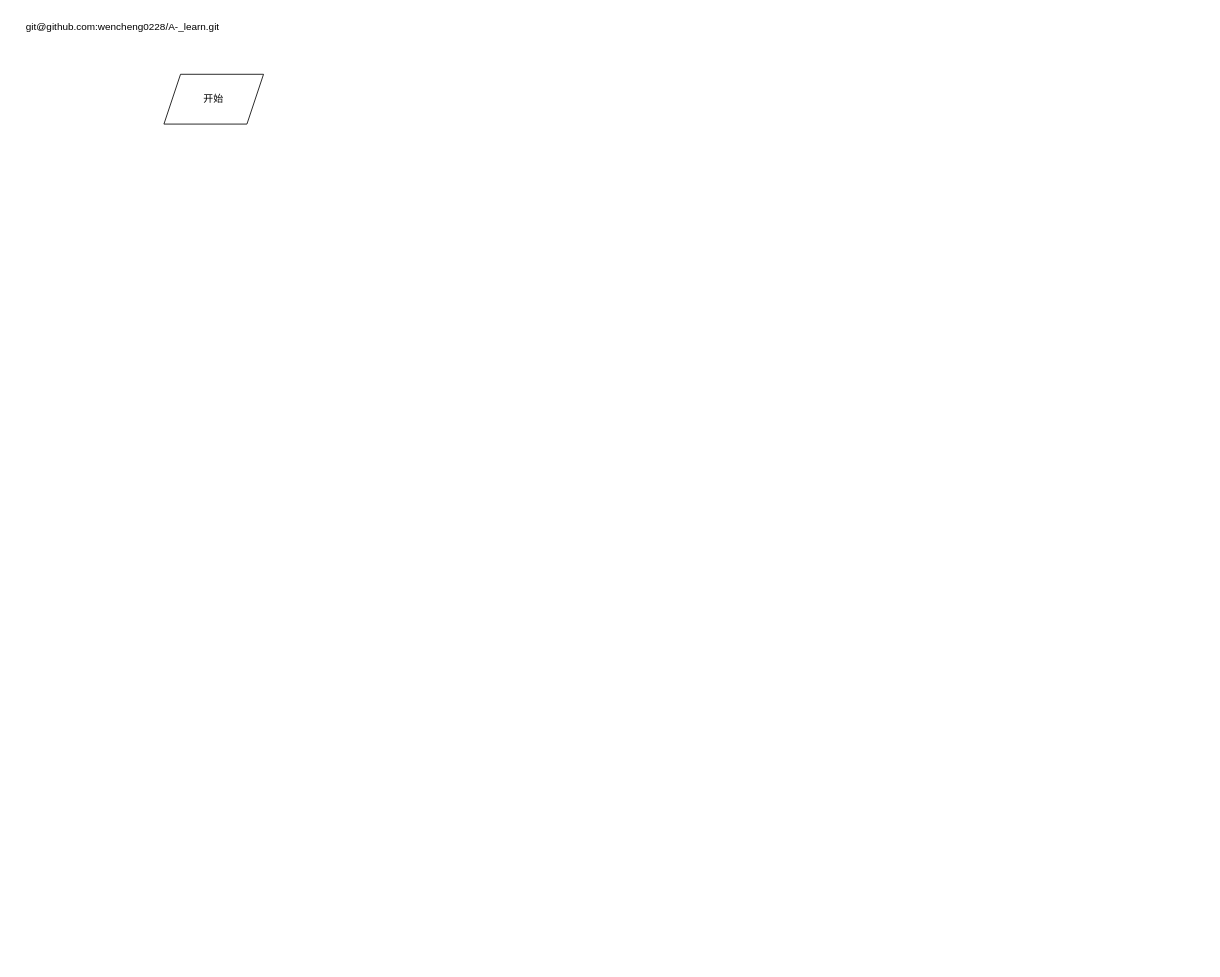
Earlier version of the draw.io diagram all/A*流程图.drawio (wencheng0228/iodraw-files). Source tidied: cells renumbered, new cells numbered last; positions are measured from the earlier drawing's top-left corner, leaving out a move shared by most shapes. Both pictures are drawn from the tidied source at 83%, with x=0, y=0 at pixel (14, 14).
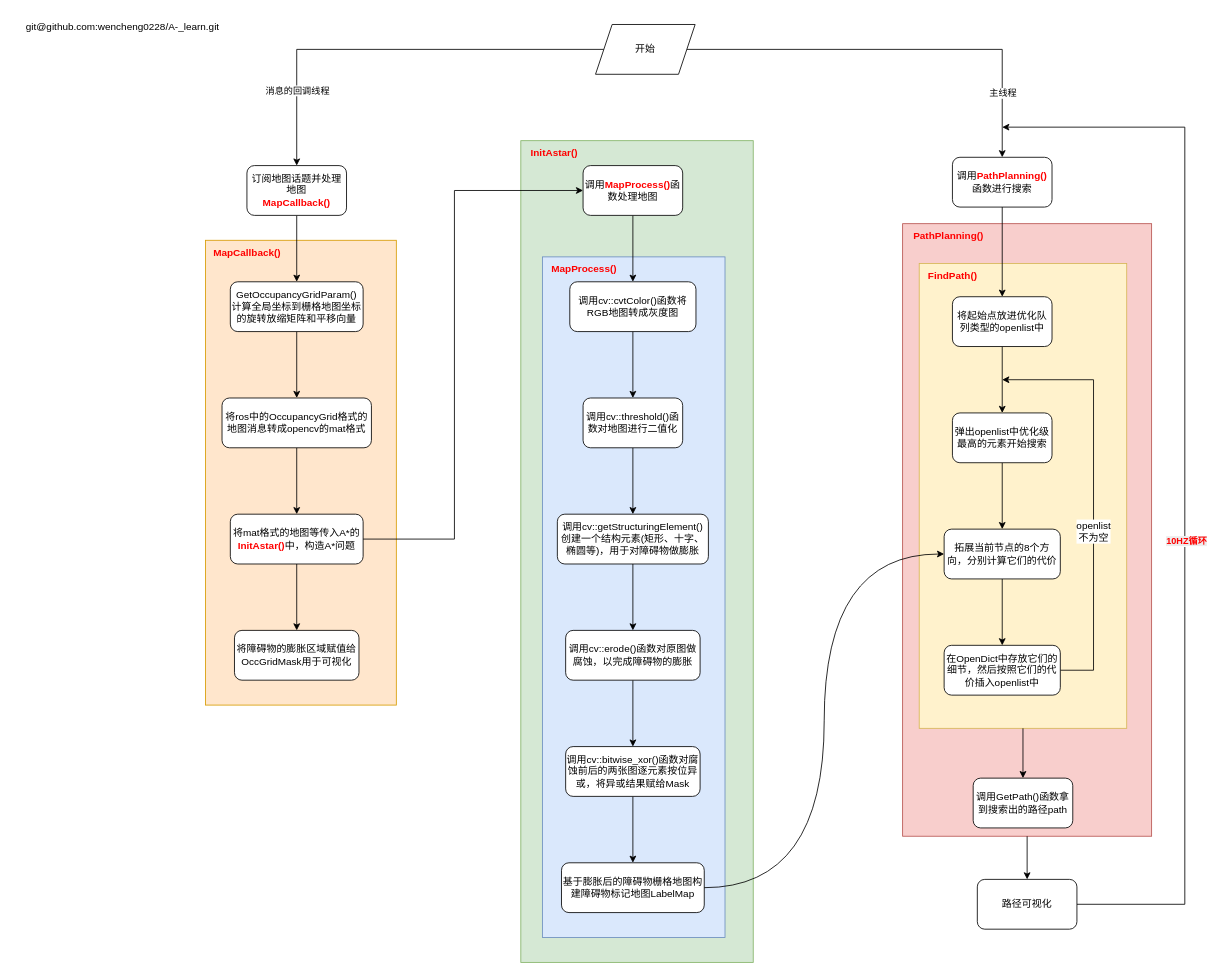
After the change.

Commit message:
更新A*流程图.drawio

Change to the diagram source:
```diff
@@
+    <mxCell id="4" style="group;" parent="1" vertex="1">
+      <mxGeometry x="1070" y="252" width="300" height="738" as="geometry" />
+    </mxCell>
+    <mxCell id="5" style="rounded=0;whiteSpace=wrap;html=1;fillColor=#f8cecc;strokeColor=#b85450;" parent="4" vertex="1">
+      <mxGeometry width="300" height="738" as="geometry" />
+    </mxCell>
+    <mxCell id="6" style="group;" parent="4" vertex="1">
+      <mxGeometry x="20" y="48" width="250" height="560" as="geometry" />
+    </mxCell>
+    <mxCell id="7" style="rounded=0;whiteSpace=wrap;html=1;fillColor=#fff2cc;strokeColor=#d6b656;" parent="6" vertex="1">
+      <mxGeometry width="250" height="560" as="geometry" />
+    </mxCell>
+    <mxCell id="8" style="edgeStyle=orthogonalEdgeStyle;rounded=0;jettySize=auto;html=1;" parent="6" edge="1" source="9" target="11">
+      <mxGeometry relative="1" as="geometry" />
+    </mxCell>
+    <mxCell id="9" value="将起始点放进优化队列类型的openlist中" style="whiteSpace=wrap;html=1;rounded=1;" parent="6" vertex="1">
+      <mxGeometry x="40" y="40" width="120" height="60" as="geometry" />
+    </mxCell>
+    <mxCell id="10" style="edgeStyle=orthogonalEdgeStyle;rounded=0;jettySize=auto;html=1;" parent="6" edge="1" source="11" target="15">
+      <mxGeometry relative="1" as="geometry" />
+    </mxCell>
+    <mxCell id="11" value="弹出openlist中优化级最高的元素开始搜索" style="whiteSpace=wrap;html=1;rounded=1;" parent="6" vertex="1">
+      <mxGeometry x="40" y="180" width="120" height="60" as="geometry" />
+    </mxCell>
+    <mxCell id="12" style="edgeStyle=orthogonalEdgeStyle;rounded=0;jettySize=auto;html=1;exitX=1;exitY=0.5;exitDx=0;exitDy=0;" parent="6" edge="1" source="16">
+      <mxGeometry relative="1" as="geometry">
+        <mxPoint x="100" y="140" as="targetPoint" />
+        <Array as="points">
+          <mxPoint x="210" y="490" />
+          <mxPoint x="210" y="140" />
+        </Array>
+      </mxGeometry>
+    </mxCell>
+    <mxCell id="13" value="&lt;span style=&quot;font-size: 12px; text-wrap-mode: wrap;&quot;&gt;openlist不为空&lt;/span&gt;" style="edgeLabel;html=1;align=center;verticalAlign=middle;" parent="12" vertex="1">
+      <mxGeometry x="-0.17" y="1" relative="1" as="geometry" />
+    </mxCell>
+    <mxCell id="14" style="edgeStyle=orthogonalEdgeStyle;rounded=0;jettySize=auto;html=1;" parent="6" edge="1" source="15" target="16">
+      <mxGeometry relative="1" as="geometry" />
+    </mxCell>
+    <mxCell id="15" value="拓展当前节点的8个方向，分别计算它们的代价" style="whiteSpace=wrap;html=1;rounded=1;" parent="6" vertex="1">
+      <mxGeometry x="30" y="320" width="140" height="60" as="geometry" />
+    </mxCell>
+    <mxCell id="16" value="在OpenDict中存放它们的细节，然后按照它们的代价插入openlist中" style="whiteSpace=wrap;html=1;rounded=1;" parent="6" vertex="1">
+      <mxGeometry x="30" y="460" width="140" height="60" as="geometry" />
+    </mxCell>
+    <mxCell id="17" value="&lt;b&gt;&lt;font style=&quot;color: light-dark(rgb(255, 0, 0), rgb(237, 237, 237));&quot;&gt;FindPath()&lt;/font&gt;&lt;/b&gt;" style="text;html=1;align=center;verticalAlign=middle;strokeColor=none;fillColor=none;" parent="6" vertex="1">
+      <mxGeometry width="80" height="30" as="geometry" />
+    </mxCell>
+    <mxCell id="18" value="调用GetPath()函数拿到搜索出的路径path" style="rounded=1;whiteSpace=wrap;html=1;" parent="4" vertex="1">
+      <mxGeometry x="85" y="668" width="120" height="60" as="geometry" />
+    </mxCell>
+    <mxCell id="19" style="edgeStyle=orthogonalEdgeStyle;rounded=0;jettySize=auto;html=1;entryX=0.5;entryY=0;entryDx=0;entryDy=0;" parent="4" edge="1" source="7" target="18">
+      <mxGeometry relative="1" as="geometry" />
+    </mxCell>
+    <mxCell id="20" value="&lt;font color=&quot;#ff0000&quot;&gt;&lt;b&gt;PathPlanning()&lt;/b&gt;&lt;/font&gt;" style="text;html=1;align=center;verticalAlign=middle;strokeColor=none;fillColor=none;" parent="4" vertex="1">
+      <mxGeometry width="110" height="30" as="geometry" />
+    </mxCell>
+    <mxCell id="21" style="group;" parent="1" vertex="1">
+      <mxGeometry x="230" y="272" width="230" height="560" as="geometry" />
+    </mxCell>
+    <mxCell id="22" style="rounded=0;whiteSpace=wrap;html=1;fillColor=#ffe6cc;strokeColor=#d79b00;" parent="21" vertex="1">
+      <mxGeometry width="230" height="560" as="geometry" />
+    </mxCell>
+    <mxCell id="23" style="edgeStyle=orthogonalEdgeStyle;rounded=0;jettySize=auto;html=1;" parent="21" edge="1" source="24" target="26">
+      <mxGeometry relative="1" as="geometry" />
+    </mxCell>
+    <mxCell id="24" value="GetOccupancyGridParam()&lt;br&gt;计算全局坐标到栅格地图坐标的旋转放缩矩阵和平移向量" style="whiteSpace=wrap;html=1;rounded=1;" parent="21" vertex="1">
+      <mxGeometry x="30" y="50" width="160" height="60" as="geometry" />
+    </mxCell>
+    <mxCell id="25" style="edgeStyle=orthogonalEdgeStyle;rounded=0;jettySize=auto;html=1;" parent="21" edge="1" source="26" target="28">
+      <mxGeometry relative="1" as="geometry" />
+    </mxCell>
+    <mxCell id="26" value="将ros中的OccupancyGrid格式的地图消息转成opencv的mat格式" style="whiteSpace=wrap;html=1;rounded=1;" parent="21" vertex="1">
+      <mxGeometry x="20" y="190" width="180" height="60" as="geometry" />
+    </mxCell>
+    <mxCell id="27" style="edgeStyle=orthogonalEdgeStyle;rounded=0;jettySize=auto;html=1;" parent="21" edge="1" source="28" target="29">
+      <mxGeometry relative="1" as="geometry" />
+    </mxCell>
+    <mxCell id="28" value="将mat格式的地图等传入A*的&lt;b&gt;&lt;font style=&quot;color: light-dark(rgb(255, 0, 0), rgb(237, 237, 237));&quot;&gt;InitAstar()&lt;/font&gt;&lt;/b&gt;中，构造A*问题" style="whiteSpace=wrap;html=1;rounded=1;" parent="21" vertex="1">
+      <mxGeometry x="30" y="330" width="160" height="60" as="geometry" />
+    </mxCell>
+    <mxCell id="29" value="将障碍物的膨胀区域赋值给OccGridMask用于可视化" style="whiteSpace=wrap;html=1;rounded=1;" parent="21" vertex="1">
+      <mxGeometry x="35" y="470" width="150" height="60" as="geometry" />
+    </mxCell>
+    <mxCell id="30" value="&lt;b style=&quot;text-wrap-mode: wrap;&quot;&gt;&lt;font style=&quot;color: light-dark(rgb(255, 0, 0), rgb(237, 237, 237));&quot;&gt;MapCallback()&lt;/font&gt;&lt;/b&gt;" style="text;html=1;align=center;verticalAlign=middle;strokeColor=none;fillColor=none;" parent="21" vertex="1">
+      <mxGeometry width="100" height="30" as="geometry" />
+    </mxCell>
+    <mxCell id="31" style="group;" parent="1" vertex="1">
+      <mxGeometry x="610" y="152" width="280" height="990" as="geometry" />
+    </mxCell>
+    <mxCell id="32" style="rounded=0;whiteSpace=wrap;html=1;fillColor=#d5e8d4;strokeColor=#82b366;" parent="31" vertex="1">
+      <mxGeometry width="280" height="990" as="geometry" />
+    </mxCell>
+    <mxCell id="33" style="group;" parent="31" vertex="1">
+      <mxGeometry x="26" y="140" width="220" height="820" as="geometry" />
+    </mxCell>
+    <mxCell id="34" style="rounded=0;whiteSpace=wrap;html=1;fillColor=#dae8fc;strokeColor=#6c8ebf;" parent="33" vertex="1">
+      <mxGeometry width="220" height="820" as="geometry" />
+    </mxCell>
+    <mxCell id="35" style="edgeStyle=orthogonalEdgeStyle;rounded=0;jettySize=auto;html=1;" parent="33" edge="1" source="36" target="38">
+      <mxGeometry relative="1" as="geometry" />
+    </mxCell>
+    <mxCell id="36" value="调用cv::cvtColor()函数将RGB地图转成灰度图" style="whiteSpace=wrap;html=1;rounded=1;" parent="33" vertex="1">
+      <mxGeometry x="33" y="30" width="152" height="60" as="geometry" />
+    </mxCell>
+    <mxCell id="37" style="edgeStyle=orthogonalEdgeStyle;rounded=0;jettySize=auto;html=1;" parent="33" edge="1" source="38" target="40">
+      <mxGeometry relative="1" as="geometry" />
+    </mxCell>
+    <mxCell id="38" value="调用cv::threshold()函数对地图进行二值化" style="whiteSpace=wrap;html=1;rounded=1;" parent="33" vertex="1">
+      <mxGeometry x="49" y="170" width="120" height="60" as="geometry" />
+    </mxCell>
+    <mxCell id="39" style="edgeStyle=orthogonalEdgeStyle;rounded=0;jettySize=auto;html=1;" parent="33" edge="1" source="40" target="42">
+      <mxGeometry relative="1" as="geometry" />
+    </mxCell>
+    <mxCell id="40" value="调用cv::getStructuringElement()创建一个结构元素(矩形、十字、椭圆等)，用于对障碍物做膨胀" style="whiteSpace=wrap;html=1;rounded=1;" parent="33" vertex="1">
+      <mxGeometry x="18" y="310" width="182" height="60" as="geometry" />
+    </mxCell>
+    <mxCell id="41" style="edgeStyle=orthogonalEdgeStyle;rounded=0;jettySize=auto;html=1;" parent="33" edge="1" source="42" target="44">
+      <mxGeometry relative="1" as="geometry" />
+    </mxCell>
+    <mxCell id="42" value="调用cv::erode()函数对原图做腐蚀，以完成障碍物的膨胀" style="whiteSpace=wrap;html=1;rounded=1;" parent="33" vertex="1">
+      <mxGeometry x="28" y="450" width="162" height="60" as="geometry" />
+    </mxCell>
+    <mxCell id="43" style="edgeStyle=orthogonalEdgeStyle;rounded=0;jettySize=auto;html=1;" parent="33" edge="1" source="44" target="45">
+      <mxGeometry relative="1" as="geometry" />
+    </mxCell>
+    <mxCell id="44" value="调用cv::bitwise_xor()函数对腐蚀前后的两张图逐元素按位异或，将异或结果赋给Mask" style="whiteSpace=wrap;html=1;rounded=1;" parent="33" vertex="1">
+      <mxGeometry x="28" y="590" width="162" height="60" as="geometry" />
+    </mxCell>
+    <mxCell id="45" value="基于膨胀后的障碍物栅格地图构建障碍物标记地图LabelMap" style="whiteSpace=wrap;html=1;rounded=1;" parent="33" vertex="1">
+      <mxGeometry x="23" y="730" width="172" height="60" as="geometry" />
+    </mxCell>
+    <mxCell id="46" value="&lt;b style=&quot;text-wrap-mode: wrap;&quot;&gt;&lt;font style=&quot;color: rgb(255, 0, 0);&quot;&gt;MapProcess()&lt;/font&gt;&lt;/b&gt;" style="text;html=1;align=center;verticalAlign=middle;strokeColor=none;fillColor=none;" parent="33" vertex="1">
+      <mxGeometry width="100" height="30" as="geometry" />
+    </mxCell>
+    <mxCell id="47" style="edgeStyle=orthogonalEdgeStyle;rounded=0;jettySize=auto;html=1;entryX=0.5;entryY=0;entryDx=0;entryDy=0;" parent="31" edge="1" source="48" target="36">
+      <mxGeometry relative="1" as="geometry" />
+    </mxCell>
+    <mxCell id="48" value="调用&lt;b&gt;&lt;font style=&quot;color: rgb(255, 0, 0);&quot;&gt;MapProcess()&lt;/font&gt;&lt;/b&gt;函数处理地图" style="whiteSpace=wrap;html=1;rounded=1;" parent="31" vertex="1">
+      <mxGeometry x="75" y="30" width="120" height="60" as="geometry" />
+    </mxCell>
+    <mxCell id="49" value="&lt;b style=&quot;text-wrap-mode: wrap;&quot;&gt;&lt;font style=&quot;color: light-dark(rgb(255, 0, 0), rgb(237, 237, 237));&quot;&gt;InitAstar()&lt;/font&gt;&lt;/b&gt;" style="text;html=1;align=center;verticalAlign=middle;strokeColor=none;fillColor=none;" parent="31" vertex="1">
+      <mxGeometry width="80" height="30" as="geometry" />
+    </mxCell>
+    <mxCell id="50" style="edgeStyle=orthogonalEdgeStyle;rounded=0;jettySize=auto;html=1;" parent="1" edge="1" source="2" target="55">
+      <mxGeometry relative="1" as="geometry" />
+    </mxCell>
+    <mxCell id="51" value="消息的回调线程" style="edgeLabel;html=1;align=center;verticalAlign=middle;" parent="50" vertex="1">
+      <mxGeometry x="0.61" y="-2" relative="1" as="geometry">
+        <mxPoint x="2" y="8" as="offset" />
+      </mxGeometry>
+    </mxCell>
+    <mxCell id="52" style="edgeStyle=orthogonalEdgeStyle;rounded=0;jettySize=auto;html=1;" parent="1" edge="1" source="2" target="58">
+      <mxGeometry relative="1" as="geometry" />
+    </mxCell>
+    <mxCell id="53" value="主线程" style="edgeLabel;html=1;align=center;verticalAlign=middle;" parent="52" vertex="1">
+      <mxGeometry x="0.68" y="-1" relative="1" as="geometry">
+        <mxPoint x="1" y="4" as="offset" />
+      </mxGeometry>
+    </mxCell>
     <mxCell id="2" value="开始" style="shape=parallelogram;perimeter=parallelogramPerimeter;whiteSpace=wrap;html=1;fixedSize=1;" parent="1" vertex="1">
-      <mxGeometry x="180" y="72" width="120" height="60" as="geometry" />
+      <mxGeometry x="700" y="12" width="120" height="60" as="geometry" />
     </mxCell>
@@
+    <mxCell id="54" style="edgeStyle=orthogonalEdgeStyle;rounded=0;jettySize=auto;html=1;" parent="1" edge="1" source="55" target="24">
+      <mxGeometry relative="1" as="geometry" />
+    </mxCell>
+    <mxCell id="55" value="订阅地图话题并处理地图&lt;br&gt;&lt;b&gt;&lt;font style=&quot;color: light-dark(rgb(255, 0, 0), rgb(237, 237, 237));&quot;&gt;MapCallback()&lt;/font&gt;&lt;/b&gt;" style="rounded=1;whiteSpace=wrap;html=1;" parent="1" vertex="1">
+      <mxGeometry x="280" y="182" width="120" height="60" as="geometry" />
+    </mxCell>
+    <mxCell id="56" style="edgeStyle=orthogonalEdgeStyle;rounded=0;jettySize=auto;html=1;entryX=0;entryY=0.5;entryDx=0;entryDy=0;" parent="1" edge="1" source="28" target="48">
+      <mxGeometry relative="1" as="geometry">
+        <Array as="points">
+          <mxPoint x="530" y="632" />
+          <mxPoint x="530" y="212" />
+        </Array>
+      </mxGeometry>
+    </mxCell>
+    <mxCell id="57" style="edgeStyle=orthogonalEdgeStyle;rounded=0;jettySize=auto;html=1;" parent="1" edge="1" source="58" target="9">
+      <mxGeometry relative="1" as="geometry" />
+    </mxCell>
+    <mxCell id="58" value="调用&lt;b&gt;&lt;font style=&quot;color: light-dark(rgb(255, 0, 0), rgb(237, 237, 237));&quot;&gt;PathPlanning()&lt;/font&gt;&lt;/b&gt;函数进行搜索" style="rounded=1;whiteSpace=wrap;html=1;" parent="1" vertex="1">
+      <mxGeometry x="1130" y="172" width="120" height="60" as="geometry" />
+    </mxCell>
+    <mxCell id="59" style="edgeStyle=orthogonalEdgeStyle;rounded=0;jettySize=auto;html=1;exitX=1;exitY=0.5;exitDx=0;exitDy=0;entryX=0;entryY=0.5;entryDx=0;entryDy=0;curved=1;" parent="1" edge="1" source="45" target="15">
+      <mxGeometry relative="1" as="geometry" />
+    </mxCell>
+    <mxCell id="60" style="edgeStyle=orthogonalEdgeStyle;rounded=0;jettySize=auto;html=1;" parent="1" edge="1" source="62">
+      <mxGeometry relative="1" as="geometry">
+        <mxPoint x="1190" y="135.7" as="targetPoint" />
+        <Array as="points">
+          <mxPoint x="1410" y="1072" />
+          <mxPoint x="1410" y="136" />
+        </Array>
+      </mxGeometry>
+    </mxCell>
+    <mxCell id="61" value="&lt;span style=&quot;color: rgb(255, 0, 0); font-weight: 700; background-color: rgb(236, 236, 236);&quot;&gt;10HZ循环&lt;/span&gt;" style="edgeLabel;html=1;align=center;verticalAlign=middle;" parent="60" vertex="1">
+      <mxGeometry x="-0.15" y="-1" relative="1" as="geometry">
+        <mxPoint y="-21" as="offset" />
+      </mxGeometry>
+    </mxCell>
+    <mxCell id="62" value="路径可视化" style="rounded=1;whiteSpace=wrap;html=1;" parent="1" vertex="1">
+      <mxGeometry x="1160" y="1042" width="120" height="60" as="geometry" />
+    </mxCell>
+    <mxCell id="63" style="edgeStyle=orthogonalEdgeStyle;rounded=0;jettySize=auto;html=1;entryX=0.5;entryY=0;entryDx=0;entryDy=0;" parent="1" edge="1" source="5" target="62">
+      <mxGeometry relative="1" as="geometry" />
+    </mxCell>
```
